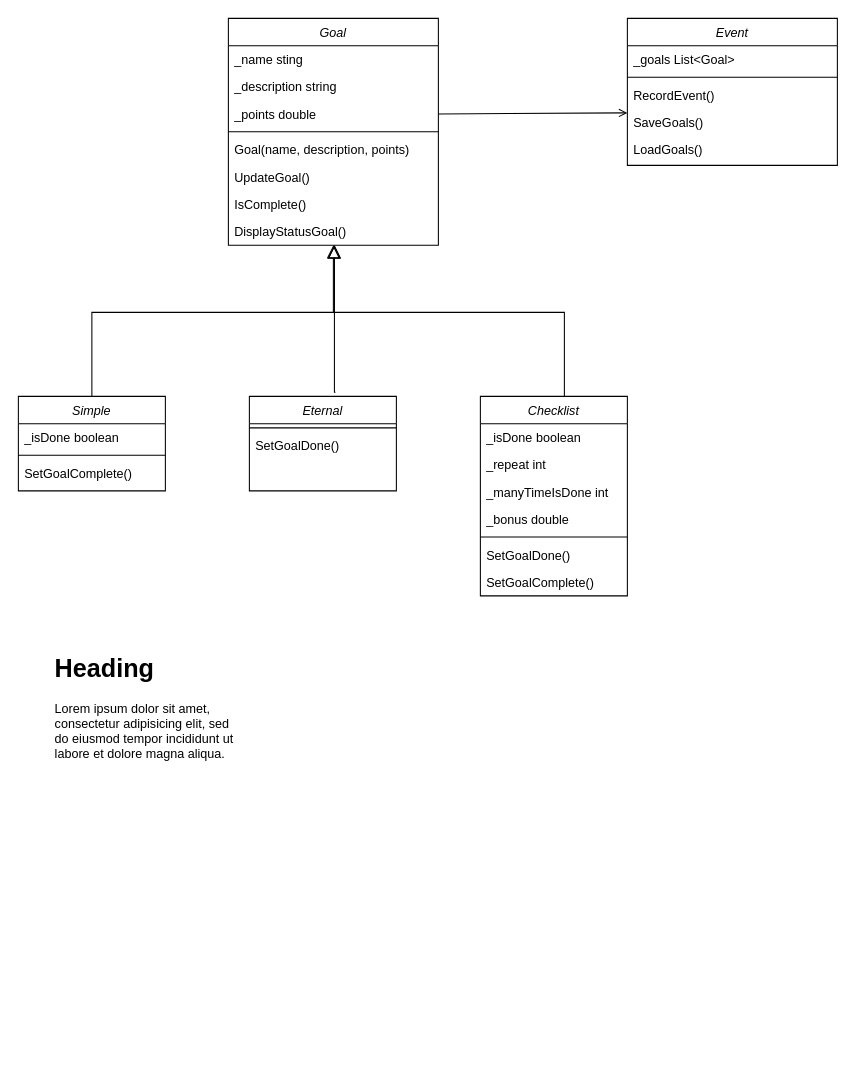
neorgon/cse210-hw keeps this draw.io diagram as assets/EternalQuestProgram.drawio. Above is the earlier version. Source tidied: cells renumbered, new cells numbered last; positions are measured from the earlier drawing's top-left corner, leaving out a move shared by most shapes. Both pictures are drawn from the tidied source at 105%, with x=0, y=0 at pixel (18, 18).
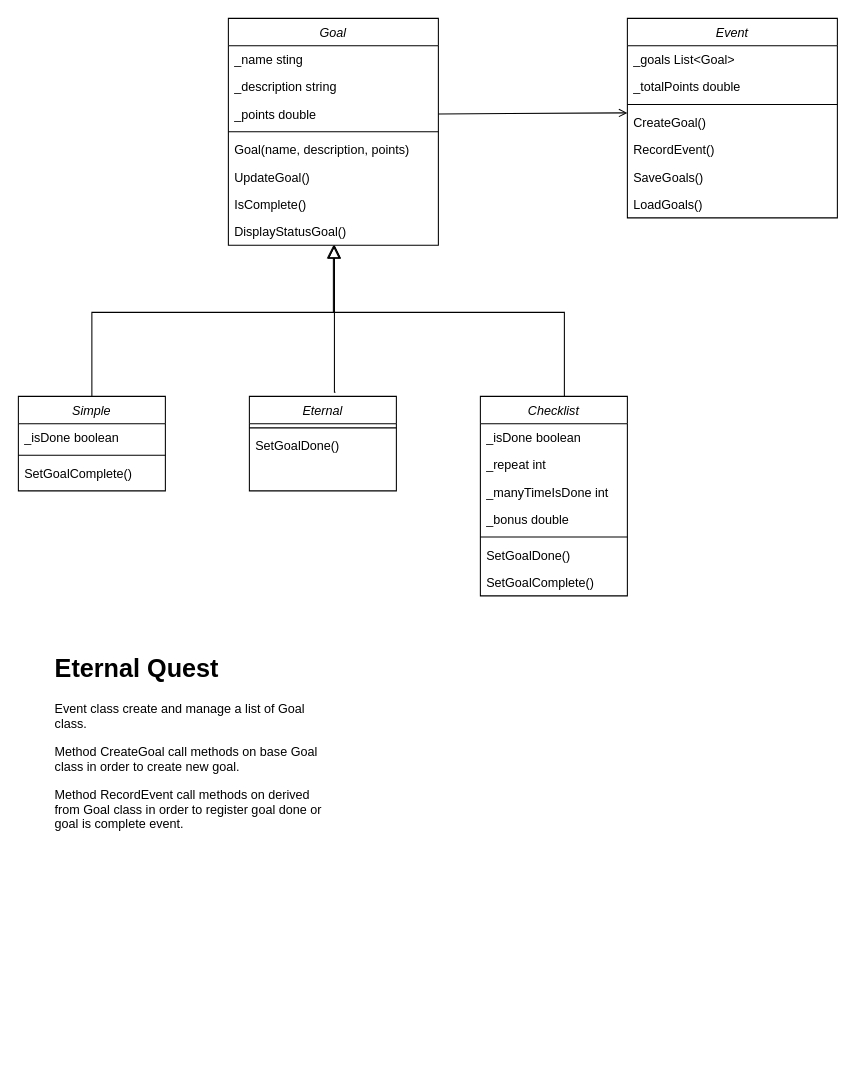
After the change.

Commit message:
Update desription chart

The edit, as a diff of the source:
```diff
@@
     <mxCell id="29" value="Event" style="swimlane;fontStyle=2;align=center;verticalAlign=top;horizontal=1;startSize=26;rounded=0;shadow=0;strokeWidth=1;" parent="1" vertex="1">
-      <mxGeometry x="580" width="200" height="140" as="geometry" />
+      <mxGeometry x="580" width="200" height="190" as="geometry" />
     </mxCell>
@@
+    <mxCell id="37" value="_totalPoints double" style="text;align=left;verticalAlign=top;spacingLeft=4;spacingRight=4;overflow=hidden;" parent="29" vertex="1">
+      <mxGeometry y="52" width="200" height="26" as="geometry" />
+    </mxCell>
     <mxCell id="31" style="line;html=1;strokeWidth=1;align=left;verticalAlign=middle;spacingTop=-1;spacingLeft=3;spacingRight=3;labelPosition=right;" parent="29" vertex="1">
-      <mxGeometry y="52" width="200" height="8" as="geometry" />
+      <mxGeometry y="78" width="200" height="8" as="geometry" />
     </mxCell>
-    <mxCell id="32" value="RecordEvent()" style="text;align=left;verticalAlign=top;spacingLeft=4;spacingRight=4;overflow=hidden;" parent="29" vertex="1">
-      <mxGeometry y="60" width="200" height="26" as="geometry" />
+    <mxCell id="32" value="CreateGoal()" style="text;align=left;verticalAlign=top;spacingLeft=4;spacingRight=4;overflow=hidden;" parent="29" vertex="1">
+      <mxGeometry y="86" width="200" height="26" as="geometry" />
     </mxCell>
+    <mxCell id="38" value="RecordEvent()" style="text;align=left;verticalAlign=top;spacingLeft=4;spacingRight=4;overflow=hidden;" parent="29" vertex="1">
+      <mxGeometry y="112" width="200" height="26" as="geometry" />
+    </mxCell>
     <mxCell id="33" value="SaveGoals()" style="text;align=left;verticalAlign=top;spacingLeft=4;spacingRight=4;overflow=hidden;" parent="29" vertex="1">
-      <mxGeometry y="86" width="200" height="26" as="geometry" />
+      <mxGeometry y="138" width="200" height="26" as="geometry" />
     </mxCell>
     <mxCell id="34" value="LoadGoals()" style="text;align=left;verticalAlign=top;spacingLeft=4;spacingRight=4;overflow=hidden;" parent="29" vertex="1">
-      <mxGeometry y="112" width="200" height="26" as="geometry" />
+      <mxGeometry y="164" width="200" height="26" as="geometry" />
     </mxCell>
@@
-    <mxCell id="36" value="&lt;h1&gt;Heading&lt;/h1&gt;&lt;p&gt;Lorem ipsum dolor sit amet, consectetur adipisicing elit, sed do eiusmod tempor incididunt ut labore et dolore magna aliqua.&lt;/p&gt;" style="text;html=1;strokeColor=none;fillColor=none;spacing=5;spacingTop=-20;whiteSpace=wrap;overflow=hidden;rounded=0;" parent="1" vertex="1">
-      <mxGeometry x="30" y="600" width="190" height="120" as="geometry" />
+    <mxCell id="36" value="&lt;h1&gt;Eternal Quest&lt;/h1&gt;&lt;p&gt;Event class create and manage a list of Goal class.&lt;/p&gt;&lt;p&gt;Method CreateGoal call methods on base Goal class in order to create new goal.&lt;/p&gt;&lt;p&gt;Method RecordEvent call methods on derived from Goal class in order to register goal done or goal is complete event.&lt;/p&gt;" style="text;html=1;strokeColor=none;fillColor=none;spacing=5;spacingTop=-20;whiteSpace=wrap;overflow=hidden;rounded=0;" parent="1" vertex="1">
+      <mxGeometry x="30" y="600" width="270" height="400" as="geometry" />
     </mxCell>
```
